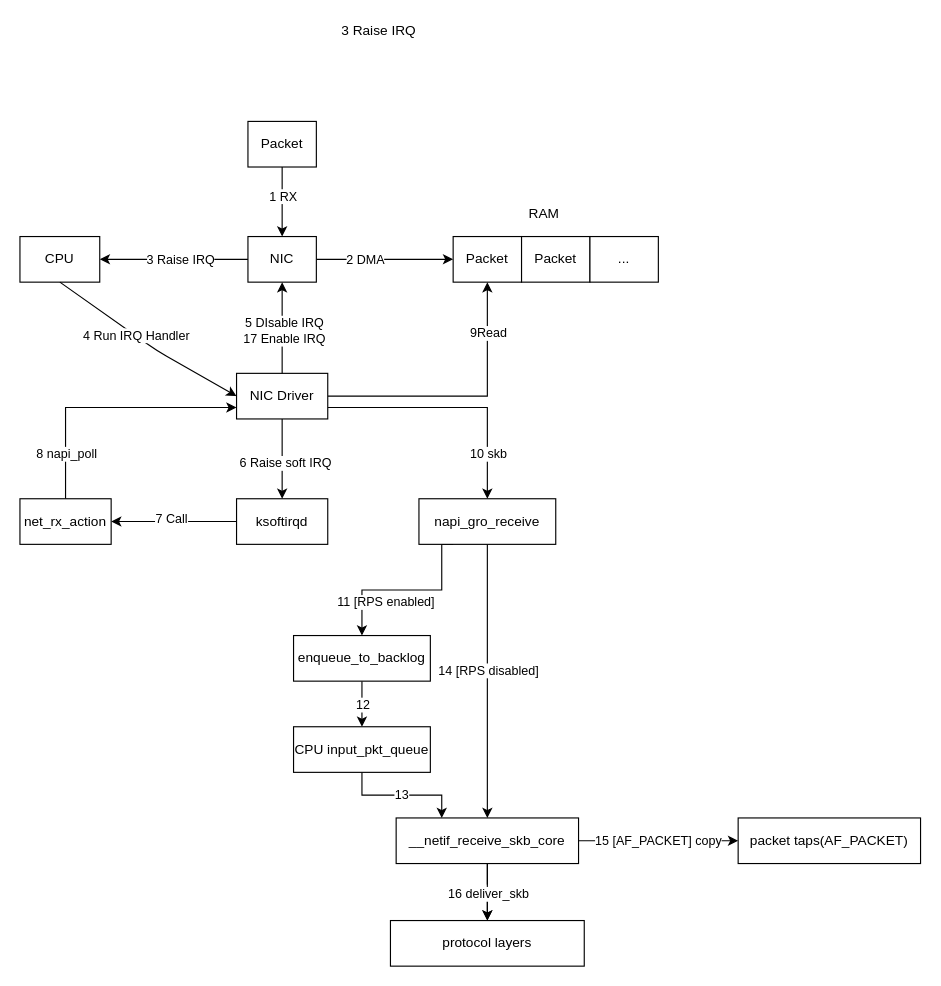
The draw.io diagram annotation/network/rx-driver-netdev.drawio in ChaosXu/linux-src-annotated, before the edit. Source tidied: cells renumbered, new cells numbered last; positions are measured from the earlier drawing's top-left corner, leaving out a move shared by most shapes. Both pictures are drawn from the tidied source at 114%, with x=0, y=0 at pixel (19, 19).
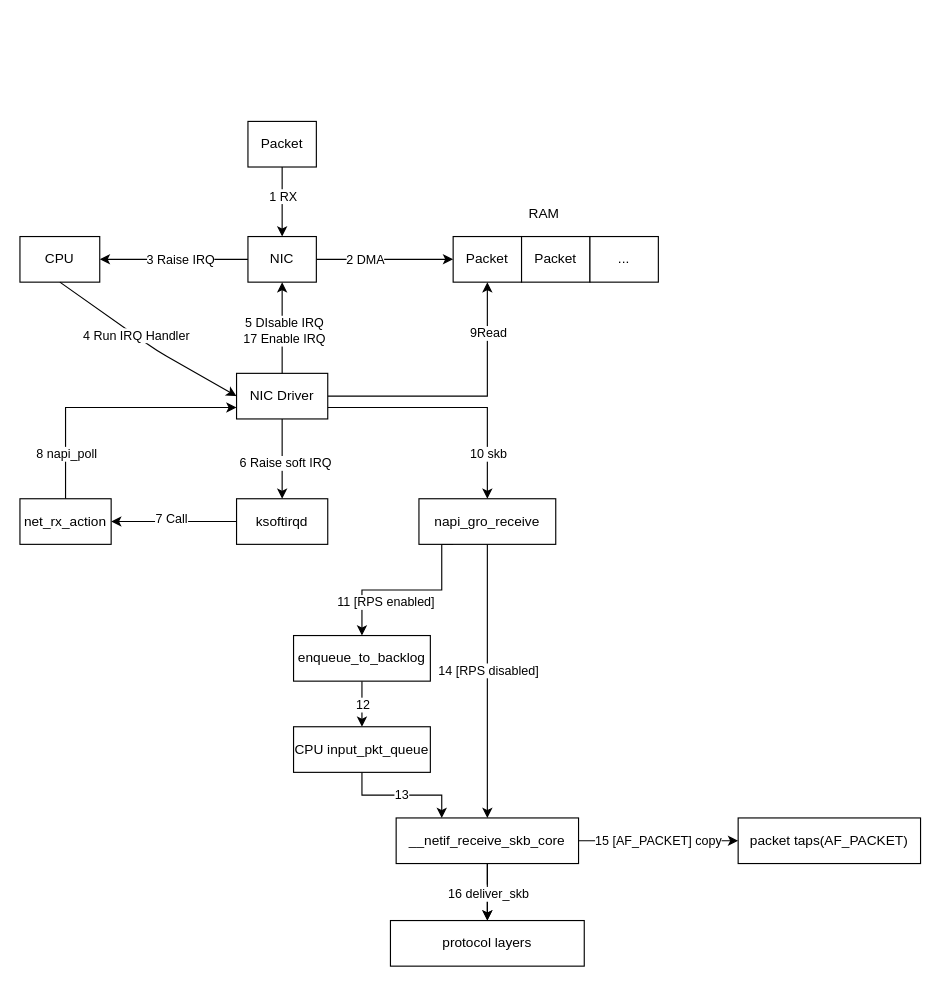
Above is the later version.

Change to the diagram source:
```diff
@@
-    <mxCell id="28" value="3 Raise IRQ" style="text;html=1;strokeColor=none;fillColor=none;align=center;verticalAlign=middle;whiteSpace=wrap;rounded=0;" parent="1" vertex="1">
-      <mxGeometry x="280" width="70" height="20" as="geometry" />
-    </mxCell>
```
